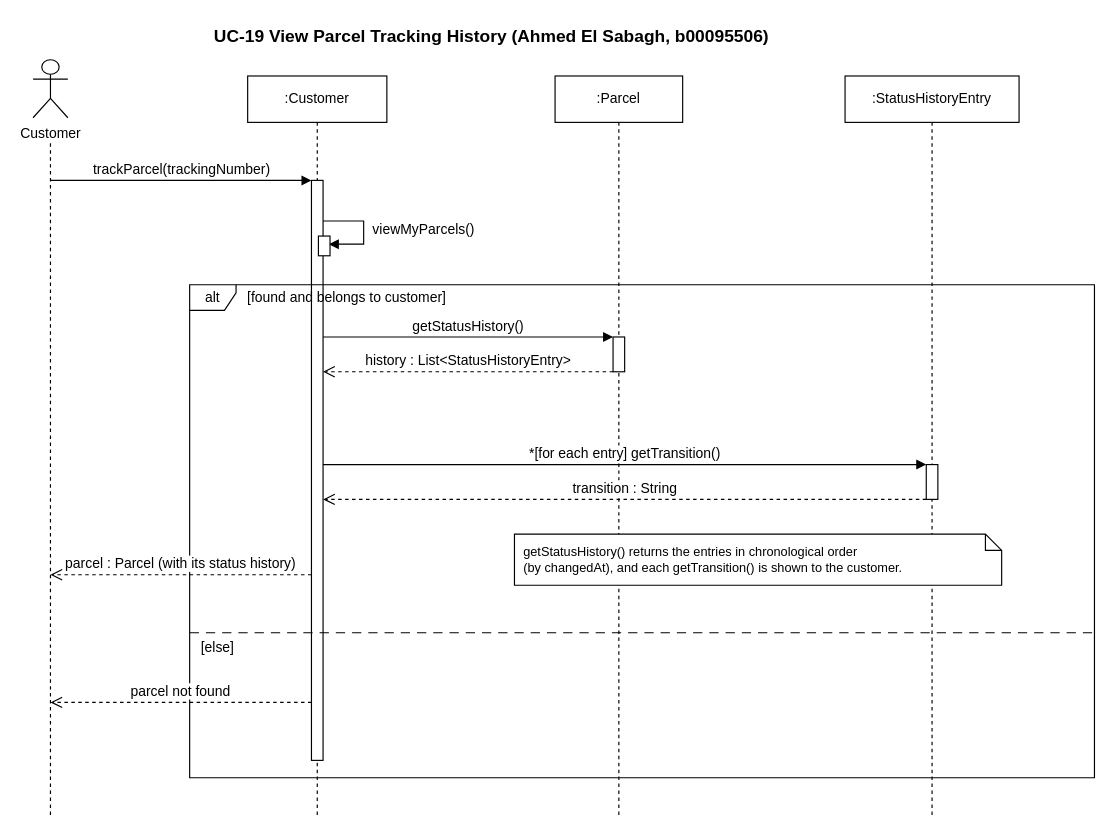
Before: Project/Behavioral_Modeling/Sequence_Diagrams/SD_UC-19_View_Parcel_Tracking_History.drawio in COE420-Team10-F26/Courier_parcel_tracking_system, a draw.io diagram. Source tidied: cells renumbered, new cells numbered last; positions are measured from the earlier drawing's top-left corner, leaving out a move shared by most shapes. Both pictures are drawn from the tidied source at 116%, with x=0, y=0 at pixel (32, 20).
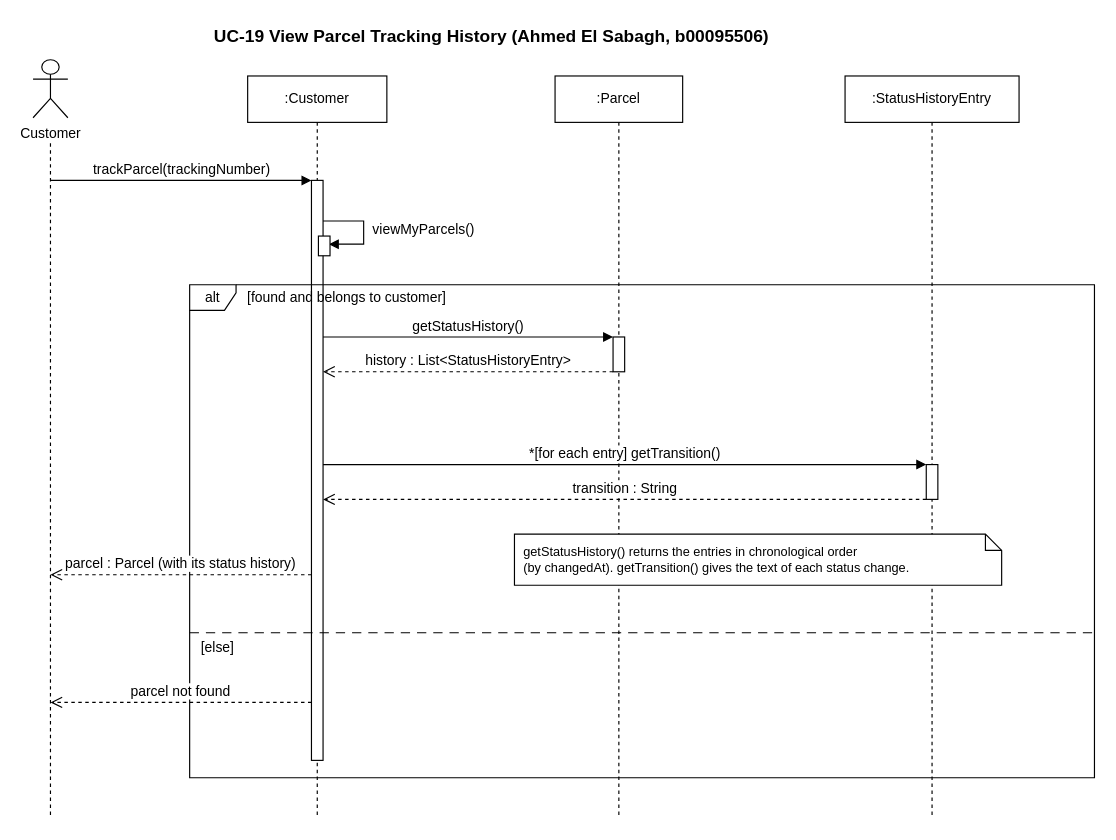
After the change.

Change to the diagram source:
```diff
@@
-    <mxCell id="21" value="getStatusHistory() returns the entries in chronological order&lt;br&gt;(by changedAt), and each getTransition() is shown to the customer." style="shape=note;whiteSpace=wrap;html=1;size=14;align=left;spacingLeft=6;fontSize=11;fillColor=#ffffff;" parent="1" vertex="1">
+    <mxCell id="21" value="getStatusHistory() returns the entries in chronological order&lt;br&gt;(by changedAt). getTransition() gives the text of each status change." style="shape=note;whiteSpace=wrap;html=1;size=14;align=left;spacingLeft=6;fontSize=11;fillColor=#ffffff;" parent="1" vertex="1">
       <mxGeometry x="415" y="443" width="420" height="44" as="geometry" />
     </mxCell>
```
